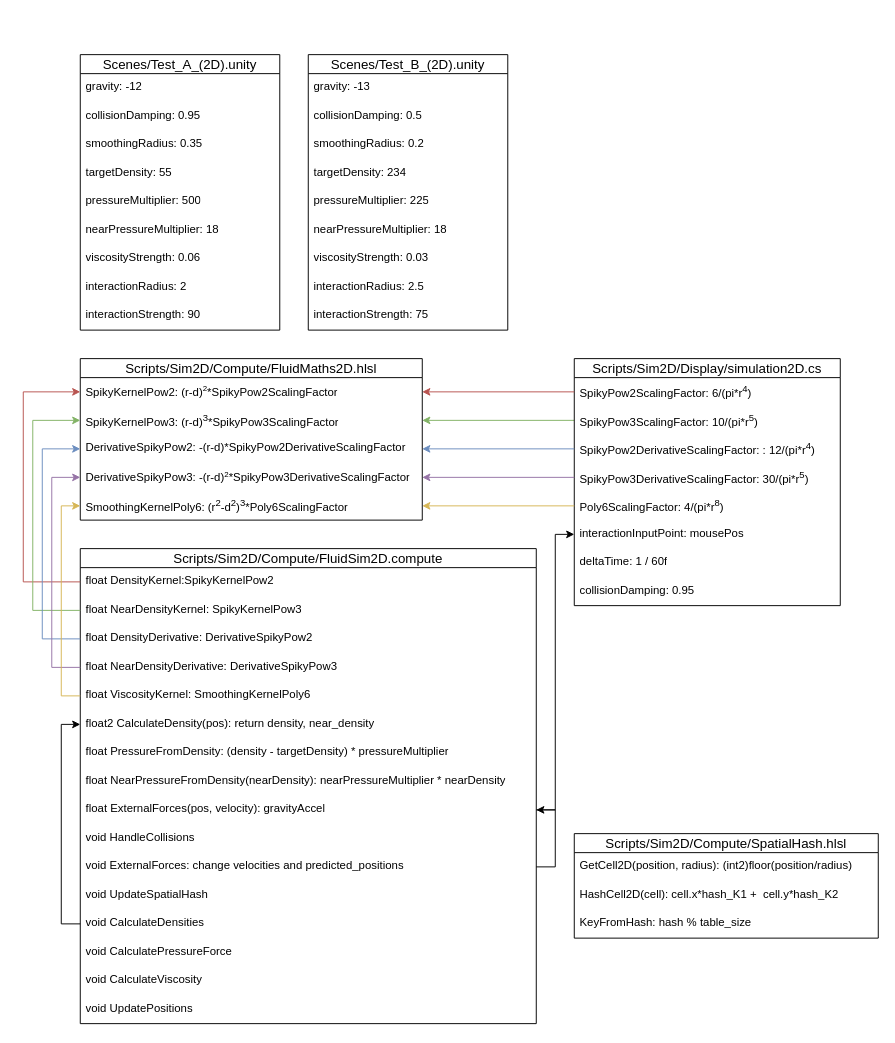
This is Fluid-Sim.drawio from RiemannLee19/UMLs, a draw.io file, before an edit. Source tidied: cells renumbered, new cells numbered last; positions are measured from the earlier drawing's top-left corner, leaving out a move shared by most shapes. Both pictures are drawn from the tidied source at 95%, with x=0, y=0 at pixel (23, 54).
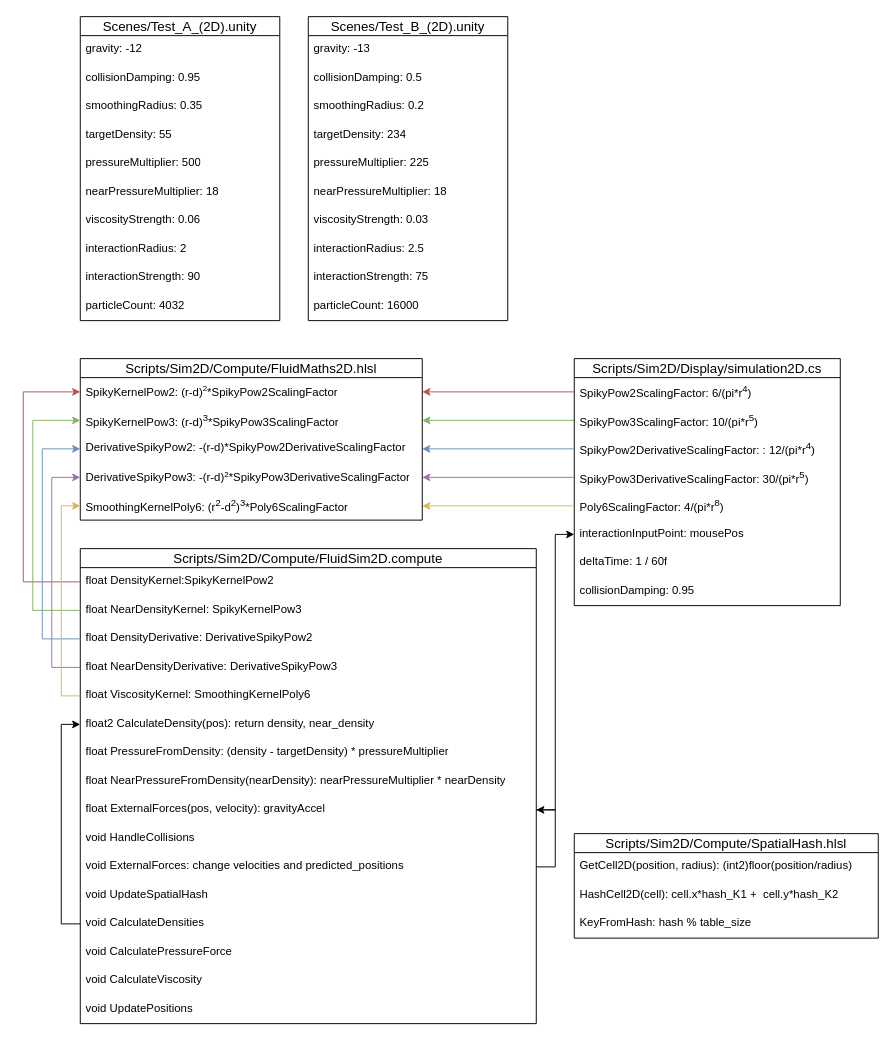
The same diagram, later.

What changed in the source:
```diff
@@
     <mxCell id="2" value="Scenes/Test_A_(2D).unity" style="swimlane;fontStyle=0;horizontal=1;startSize=20;align=center;fontSize=14;" parent="1" vertex="1">
-      <mxGeometry x="60" width="210" height="290" as="geometry" />
+      <mxGeometry x="60" y="-40" width="210" height="320" as="geometry" />
     </mxCell>
@@
+    <mxCell id="71" value="particleCount: 4032" style="text;strokeColor=none;fillColor=none;spacingLeft=4;spacingRight=4;overflow=hidden;fontSize=12;whiteSpace=wrap;html=1;" parent="2" vertex="1">
+      <mxGeometry y="290" width="210" height="30" as="geometry" />
+    </mxCell>
     <mxCell id="12" value="Scenes/Test_B_(2D).unity" style="swimlane;fontStyle=0;horizontal=1;startSize=20;align=center;fontSize=14;" parent="1" vertex="1">
-      <mxGeometry x="300" width="210" height="290" as="geometry" />
+      <mxGeometry x="300" y="-40" width="210" height="320" as="geometry" />
     </mxCell>
@@
+    <mxCell id="72" value="particleCount: 16000" style="text;strokeColor=none;fillColor=none;spacingLeft=4;spacingRight=4;overflow=hidden;fontSize=12;whiteSpace=wrap;html=1;" parent="12" vertex="1">
+      <mxGeometry y="290" width="210" height="30" as="geometry" />
+    </mxCell>
```
